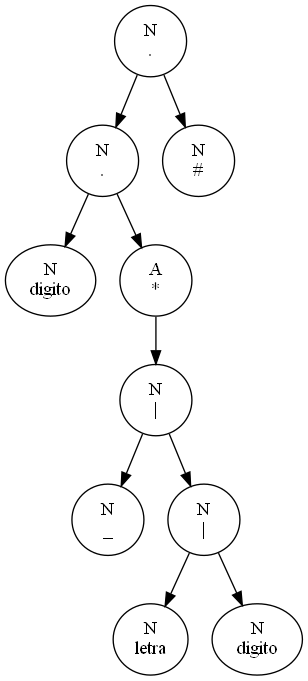
Earlier version of the Graphviz export Reportes_202003894/Arboles_202003894/RegEx3.png (EstuardoSon/OCL1_202003894_P1). Its source is kept beside it as Reportes_202003894/Arboles_202003894/RegEx3.dot.
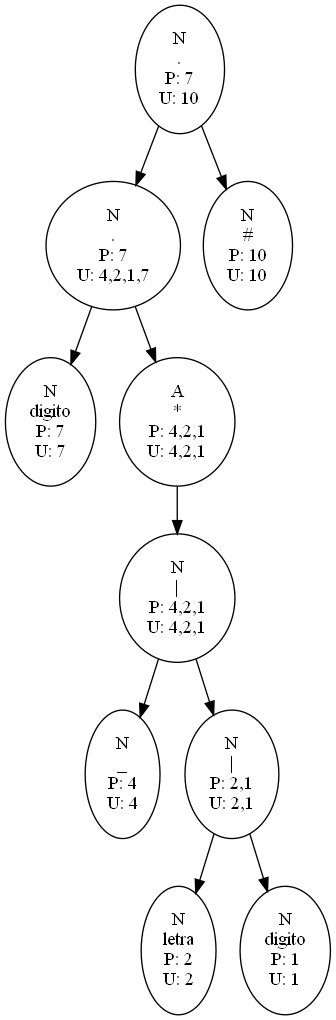
The same diagram one commit later.

The edit, as a diff of the source:
```diff
@@ -2,29 +2,49 @@
 9->8
 8->7
 7[label="N
-digito"];
+digito
+P: 7
+U: 7"];
 8[label="N
-."];
+.
+P: 7
+U: 4,2,1,7"];
 8->6
 6->5
 5->4
 4[label="N
-_"];
+_
+P: 4
+U: 4"];
 5[label="N
-|"];
+|
+P: 4,2,1
+U: 4,2,1"];
 5->3
 3->2
 2[label="N
-letra"];
+letra
+P: 2
+U: 2"];
 3[label="N
-|"];
+|
+P: 2,1
+U: 2,1"];
 3->1
 1[label="N
-digito"];
+digito
+P: 1
+U: 1"];
 6[label="A
-*"];
+*
+P: 4,2,1
+U: 4,2,1"];
 9[label="N
-."];
+.
+P: 7
+U: 10"];
 9->10
 10[label="N
+P: 10
+U: 10"];
 }
```
